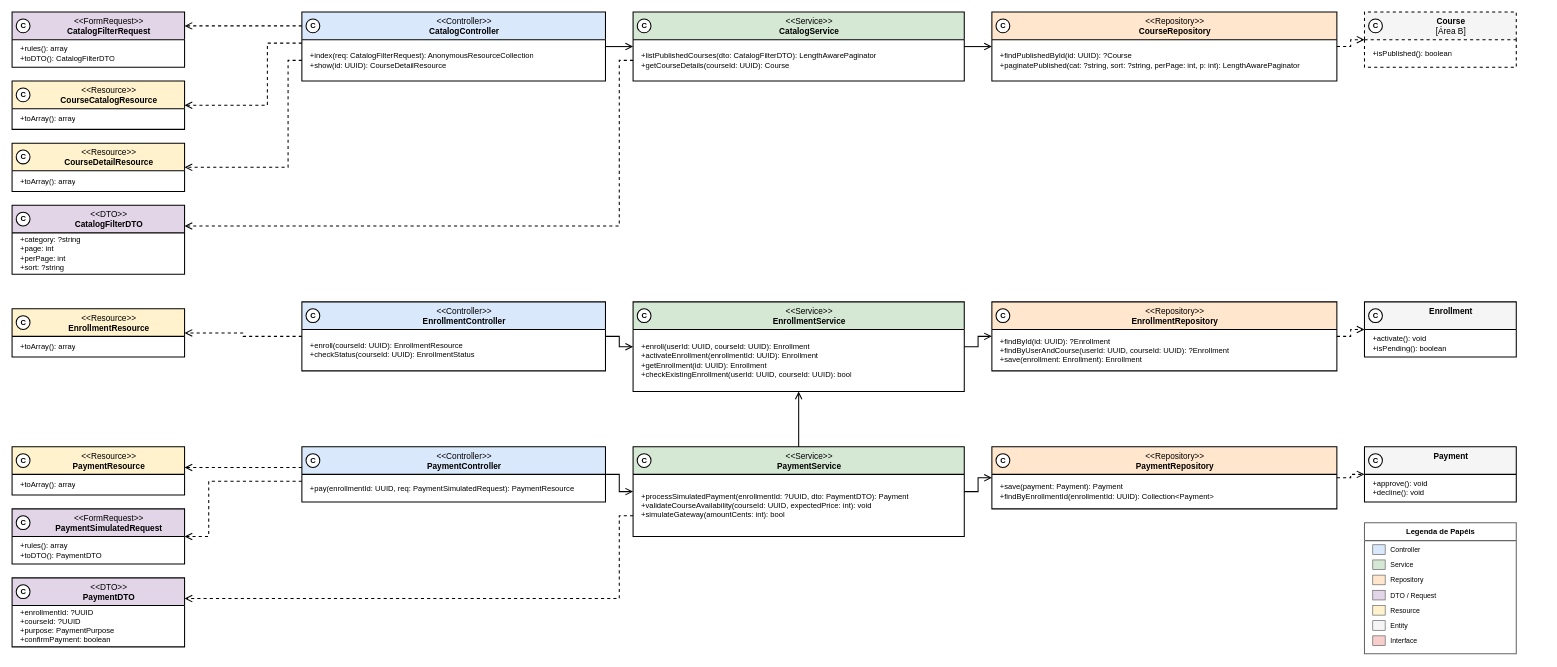
Earlier version of the draw.io diagram especificacao/diagramas/13-classes-area-c-implementacao-matricula.drawio (Plataforma-de-Cursos-TCC/plataforma-cursos-docs). Source tidied: cells renumbered, new cells numbered last; positions are measured from the earlier drawing's top-left corner, leaving out a move shared by most shapes. Both pictures are drawn from the tidied source at 69%, with x=0, y=0 at pixel (12, 12).
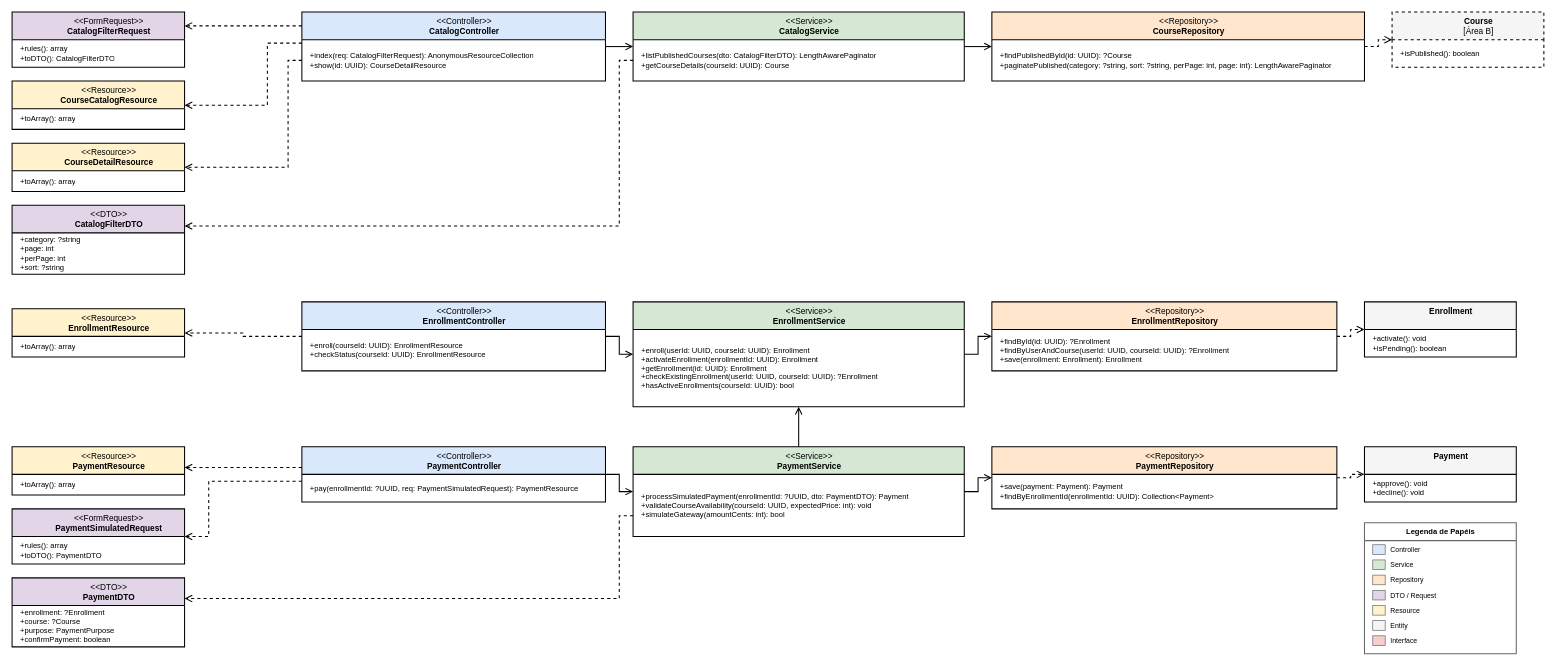
The same page after the edit.

Commit message (it also covers changes not shown here):
docs(diagrama-de-classes): declare Area B service interface and fix class diagrams

The change refers to these unchanged cells:
```xml
<mxCell id="29" value="&amp;lt;&amp;lt;Controller&amp;gt;&amp;gt;&lt;br&gt;&lt;b&gt;EnrollmentController&lt;/b&gt;" style="swimlane;html=1;fontStyle=0;align=center;verticalAlign=top;startSize=40;fillColor=#DAE8FC;swimlaneFillColor=#FFFFFF;strokeColor=#000000;strokeWidth=1.5;fontFamily=Helvetica;fontSize=12;fontColor=#000000;rounded=0;spacingLeft=30;" parent="1" vertex="1">
  <mxGeometry x="420" y="420" width="440" height="100" as="geometry" />
</mxCell>
<mxCell id="47" value="&amp;lt;&amp;lt;DTO&amp;gt;&amp;gt;&lt;br&gt;&lt;b&gt;PaymentDTO&lt;/b&gt;" style="swimlane;html=1;fontStyle=0;align=center;verticalAlign=top;startSize=40;fillColor=#E1D5E7;swimlaneFillColor=#FFFFFF;strokeColor=#000000;strokeWidth=1.5;fontFamily=Helvetica;fontSize=12;fontColor=#000000;rounded=0;spacingLeft=30;" parent="1" vertex="1">
  <mxGeometry y="820" width="250" height="100" as="geometry" />
</mxCell>
<mxCell id="50" value="&amp;lt;&amp;lt;Controller&amp;gt;&amp;gt;&lt;br&gt;&lt;b&gt;PaymentController&lt;/b&gt;" style="swimlane;html=1;fontStyle=0;align=center;verticalAlign=top;startSize=40;fillColor=#DAE8FC;swimlaneFillColor=#FFFFFF;strokeColor=#000000;strokeWidth=1.5;fontFamily=Helvetica;fontSize=12;fontColor=#000000;rounded=0;spacingLeft=30;" parent="1" vertex="1">
  <mxGeometry x="420" y="630" width="440" height="80" as="geometry" />
</mxCell>
```

The edit, as a diff of the source:
```diff
@@
-    <mxCell id="4" value="C" style="ellipse;html=1;fillColor=#FFFFFF;strokeColor=#000000;strokeWidth=1.5;fontFamily=Helvetica;fontSize=11;fontStyle=1;fontColor=#000000;" parent="1" vertex="1">
-      <mxGeometry x="6" y="10" width="20" height="20" as="geometry" />
-    </mxCell>
@@
-    <mxCell id="7" value="C" style="ellipse;html=1;fillColor=#FFFFFF;strokeColor=#000000;strokeWidth=1.5;fontFamily=Helvetica;fontSize=11;fontStyle=1;fontColor=#000000;" parent="1" vertex="1">
-      <mxGeometry x="6" y="110" width="20" height="20" as="geometry" />
-    </mxCell>
@@
-    <mxCell id="10" value="C" style="ellipse;html=1;fillColor=#FFFFFF;strokeColor=#000000;strokeWidth=1.5;fontFamily=Helvetica;fontSize=11;fontStyle=1;fontColor=#000000;" parent="1" vertex="1">
-      <mxGeometry x="6" y="200" width="20" height="20" as="geometry" />
-    </mxCell>
@@
-    <mxCell id="13" value="C" style="ellipse;html=1;fillColor=#FFFFFF;strokeColor=#000000;strokeWidth=1.5;fontFamily=Helvetica;fontSize=11;fontStyle=1;fontColor=#000000;" parent="1" vertex="1">
-      <mxGeometry x="6" y="290" width="20" height="20" as="geometry" />
-    </mxCell>
@@
-    <mxCell id="16" value="C" style="ellipse;html=1;fillColor=#FFFFFF;strokeColor=#000000;strokeWidth=1.5;fontFamily=Helvetica;fontSize=11;fontStyle=1;fontColor=#000000;" parent="1" vertex="1">
-      <mxGeometry x="426" y="10" width="20" height="20" as="geometry" />
-    </mxCell>
@@
-    <mxCell id="19" value="C" style="ellipse;html=1;fillColor=#FFFFFF;strokeColor=#000000;strokeWidth=1.5;fontFamily=Helvetica;fontSize=11;fontStyle=1;fontColor=#000000;" parent="1" vertex="1">
-      <mxGeometry x="906" y="10" width="20" height="20" as="geometry" />
-    </mxCell>
     <mxCell id="20" value="&amp;lt;&amp;lt;Repository&amp;gt;&amp;gt;&lt;br&gt;&lt;b&gt;CourseRepository&lt;/b&gt;" style="swimlane;html=1;fontStyle=0;align=center;verticalAlign=top;startSize=40;fillColor=#FFE6CC;swimlaneFillColor=#FFFFFF;strokeColor=#000000;strokeWidth=1.5;fontFamily=Helvetica;fontSize=12;fontColor=#000000;rounded=0;spacingLeft=30;" parent="1" vertex="1">
-      <mxGeometry x="1420" width="500" height="100" as="geometry" />
+      <mxGeometry x="1420" width="540" height="100" as="geometry" />
     </mxCell>
-    <mxCell id="21" value="+findPublishedById(id: UUID): ?Course&lt;br&gt;+paginatePublished(cat: ?string, sort: ?string, perPage: int, p: int): LengthAwarePaginator" style="text;html=1;align=left;verticalAlign=middle;spacingLeft=10;spacingRight=10;overflow=hidden;fontFamily=Helvetica;fontSize=11;fontColor=#000000;" parent="20" vertex="1">
-      <mxGeometry y="40" width="500" height="60" as="geometry" />
+    <mxCell id="21" value="+findPublishedById(id: UUID): ?Course&lt;br&gt;+paginatePublished(category: ?string, sort: ?string, perPage: int, page: int): LengthAwarePaginator" style="text;html=1;align=left;verticalAlign=middle;spacingLeft=10;spacingRight=10;overflow=hidden;fontFamily=Helvetica;fontSize=11;fontColor=#000000;" parent="20" vertex="1">
+      <mxGeometry y="40" width="540" height="60" as="geometry" />
     </mxCell>
-    <mxCell id="22" value="C" style="ellipse;html=1;fillColor=#FFFFFF;strokeColor=#000000;strokeWidth=1.5;fontFamily=Helvetica;fontSize=11;fontStyle=1;fontColor=#000000;" parent="1" vertex="1">
-      <mxGeometry x="1426" y="10" width="20" height="20" as="geometry" />
-    </mxCell>
     <mxCell id="23" value="&lt;b&gt;Course&lt;/b&gt;&lt;br&gt;[Área B]" style="swimlane;html=1;fontStyle=0;align=center;verticalAlign=top;startSize=40;fillColor=#F5F5F5;swimlaneFillColor=#FFFFFF;strokeColor=#000000;strokeWidth=1.5;fontFamily=Helvetica;fontSize=12;fontColor=#000000;rounded=0;spacingLeft=30;dashed=1;" parent="1" vertex="1">
-      <mxGeometry x="1960" width="220" height="80" as="geometry" />
+      <mxGeometry x="2000" width="220" height="80" as="geometry" />
     </mxCell>
@@
-    <mxCell id="25" value="C" style="ellipse;html=1;fillColor=#FFFFFF;strokeColor=#000000;strokeWidth=1.5;fontFamily=Helvetica;fontSize=11;fontStyle=1;fontColor=#000000;" parent="1" vertex="1">
-      <mxGeometry x="1966" y="10" width="20" height="20" as="geometry" />
-    </mxCell>
@@
-    <mxCell id="28" value="C" style="ellipse;html=1;fillColor=#FFFFFF;strokeColor=#000000;strokeWidth=1.5;fontFamily=Helvetica;fontSize=11;fontStyle=1;fontColor=#000000;" parent="1" vertex="1">
-      <mxGeometry x="6" y="440" width="20" height="20" as="geometry" />
-    </mxCell>
@@
-    <mxCell id="30" value="+enroll(courseId: UUID): EnrollmentResource&lt;br&gt;+checkStatus(courseId: UUID): EnrollmentStatus" style="text;html=1;align=left;verticalAlign=middle;spacingLeft=10;spacingRight=10;overflow=hidden;fontFamily=Helvetica;fontSize=11;fontColor=#000000;" parent="29" vertex="1">
+    <mxCell id="30" value="+enroll(courseId: UUID): EnrollmentResource&lt;br&gt;+checkStatus(courseId: UUID): EnrollmentResource" style="text;html=1;align=left;verticalAlign=middle;spacingLeft=10;spacingRight=10;overflow=hidden;fontFamily=Helvetica;fontSize=11;fontColor=#000000;" parent="29" vertex="1">
       <mxGeometry y="40" width="440" height="60" as="geometry" />
     </mxCell>
-    <mxCell id="31" value="C" style="ellipse;html=1;fillColor=#FFFFFF;strokeColor=#000000;strokeWidth=1.5;fontFamily=Helvetica;fontSize=11;fontStyle=1;fontColor=#000000;" parent="1" vertex="1">
-      <mxGeometry x="426" y="430" width="20" height="20" as="geometry" />
-    </mxCell>
     <mxCell id="32" value="&amp;lt;&amp;lt;Service&amp;gt;&amp;gt;&lt;br&gt;&lt;b&gt;EnrollmentService&lt;/b&gt;" style="swimlane;html=1;fontStyle=0;align=center;verticalAlign=top;startSize=40;fillColor=#D5E8D4;swimlaneFillColor=#FFFFFF;strokeColor=#000000;strokeWidth=1.5;fontFamily=Helvetica;fontSize=12;fontColor=#000000;rounded=0;spacingLeft=30;" parent="1" vertex="1">
-      <mxGeometry x="900" y="420" width="480" height="130" as="geometry" />
+      <mxGeometry x="900" y="420" width="480" height="152" as="geometry" />
     </mxCell>
-    <mxCell id="33" value="+enroll(userId: UUID, courseId: UUID): Enrollment&lt;br&gt;+activateEnrollment(enrollmentId: UUID): Enrollment&lt;br&gt;+getEnrollment(id: UUID): Enrollment&lt;br&gt;+checkExistingEnrollment(userId: UUID, courseId: UUID): bool" style="text;html=1;align=left;verticalAlign=middle;spacingLeft=10;spacingRight=10;overflow=hidden;fontFamily=Helvetica;fontSize=11;fontColor=#000000;" parent="32" vertex="1">
-      <mxGeometry y="40" width="480" height="90" as="geometry" />
+    <mxCell id="33" value="+enroll(userId: UUID, courseId: UUID): Enrollment&lt;br&gt;+activateEnrollment(enrollmentId: UUID): Enrollment&lt;br&gt;+getEnrollment(id: UUID): Enrollment&lt;br&gt;+checkExistingEnrollment(userId: UUID, courseId: UUID): ?Enrollment&lt;br&gt;+hasActiveEnrollments(courseId: UUID): bool" style="text;html=1;align=left;verticalAlign=middle;spacingLeft=10;spacingRight=10;overflow=hidden;fontFamily=Helvetica;fontSize=11;fontColor=#000000;" parent="32" vertex="1">
+      <mxGeometry y="40" width="480" height="112" as="geometry" />
     </mxCell>
-    <mxCell id="34" value="C" style="ellipse;html=1;fillColor=#FFFFFF;strokeColor=#000000;strokeWidth=1.5;fontFamily=Helvetica;fontSize=11;fontStyle=1;fontColor=#000000;" parent="1" vertex="1">
-      <mxGeometry x="906" y="430" width="20" height="20" as="geometry" />
-    </mxCell>
@@
-    <mxCell id="37" value="C" style="ellipse;html=1;fillColor=#FFFFFF;strokeColor=#000000;strokeWidth=1.5;fontFamily=Helvetica;fontSize=11;fontStyle=1;fontColor=#000000;" parent="1" vertex="1">
-      <mxGeometry x="1426" y="430" width="20" height="20" as="geometry" />
-    </mxCell>
@@
-    <mxCell id="40" value="C" style="ellipse;html=1;fillColor=#FFFFFF;strokeColor=#000000;strokeWidth=1.5;fontFamily=Helvetica;fontSize=11;fontStyle=1;fontColor=#000000;" parent="1" vertex="1">
-      <mxGeometry x="1966" y="430" width="20" height="20" as="geometry" />
-    </mxCell>
@@
-    <mxCell id="43" value="C" style="ellipse;html=1;fillColor=#FFFFFF;strokeColor=#000000;strokeWidth=1.5;fontFamily=Helvetica;fontSize=11;fontStyle=1;fontColor=#000000;" parent="1" vertex="1">
-      <mxGeometry x="6" y="640" width="20" height="20" as="geometry" />
-    </mxCell>
@@
-    <mxCell id="46" value="C" style="ellipse;html=1;fillColor=#FFFFFF;strokeColor=#000000;strokeWidth=1.5;fontFamily=Helvetica;fontSize=11;fontStyle=1;fontColor=#000000;" parent="1" vertex="1">
-      <mxGeometry x="6" y="730" width="20" height="20" as="geometry" />
-    </mxCell>
@@
-    <mxCell id="48" value="+enrollmentId: ?UUID&lt;br&gt;+courseId: ?UUID&lt;br&gt;+purpose: PaymentPurpose&lt;br&gt;+confirmPayment: boolean" style="text;html=1;align=left;verticalAlign=middle;spacingLeft=10;spacingRight=10;overflow=hidden;fontFamily=Helvetica;fontSize=11;fontColor=#000000;" parent="47" vertex="1">
+    <mxCell id="48" value="+enrollment: ?Enrollment&lt;br&gt;+course: ?Course&lt;br&gt;+purpose: PaymentPurpose&lt;br&gt;+confirmPayment: boolean" style="text;html=1;align=left;verticalAlign=middle;spacingLeft=10;spacingRight=10;overflow=hidden;fontFamily=Helvetica;fontSize=11;fontColor=#000000;" parent="47" vertex="1">
       <mxGeometry y="40" width="250" height="60" as="geometry" />
     </mxCell>
-    <mxCell id="49" value="C" style="ellipse;html=1;fillColor=#FFFFFF;strokeColor=#000000;strokeWidth=1.5;fontFamily=Helvetica;fontSize=11;fontStyle=1;fontColor=#000000;" parent="1" vertex="1">
-      <mxGeometry x="6" y="830" width="20" height="20" as="geometry" />
-    </mxCell>
@@
-    <mxCell id="51" value="+pay(enrollmentId: UUID, req: PaymentSimulatedRequest): PaymentResource" style="text;html=1;align=left;verticalAlign=middle;spacingLeft=10;spacingRight=10;overflow=hidden;fontFamily=Helvetica;fontSize=11;fontColor=#000000;" parent="50" vertex="1">
+    <mxCell id="51" value="+pay(enrollmentId: ?UUID, req: PaymentSimulatedRequest): PaymentResource" style="text;html=1;align=left;verticalAlign=middle;spacingLeft=10;spacingRight=10;overflow=hidden;fontFamily=Helvetica;fontSize=11;fontColor=#000000;" parent="50" vertex="1">
       <mxGeometry y="40" width="440" height="40" as="geometry" />
     </mxCell>
-    <mxCell id="52" value="C" style="ellipse;html=1;fillColor=#FFFFFF;strokeColor=#000000;strokeWidth=1.5;fontFamily=Helvetica;fontSize=11;fontStyle=1;fontColor=#000000;" parent="1" vertex="1">
-      <mxGeometry x="426" y="640" width="20" height="20" as="geometry" />
-    </mxCell>
@@
-    <mxCell id="55" value="C" style="ellipse;html=1;fillColor=#FFFFFF;strokeColor=#000000;strokeWidth=1.5;fontFamily=Helvetica;fontSize=11;fontStyle=1;fontColor=#000000;" parent="1" vertex="1">
-      <mxGeometry x="906" y="640" width="20" height="20" as="geometry" />
-    </mxCell>
@@
-    <mxCell id="58" value="C" style="ellipse;html=1;fillColor=#FFFFFF;strokeColor=#000000;strokeWidth=1.5;fontFamily=Helvetica;fontSize=11;fontStyle=1;fontColor=#000000;" parent="1" vertex="1">
-      <mxGeometry x="1426" y="640" width="20" height="20" as="geometry" />
-    </mxCell>
@@
-    <mxCell id="61" value="C" style="ellipse;html=1;fillColor=#FFFFFF;strokeColor=#000000;strokeWidth=1.5;fontFamily=Helvetica;fontSize=11;fontStyle=1;fontColor=#000000;" parent="1" vertex="1">
-      <mxGeometry x="1966" y="640" width="20" height="20" as="geometry" />
-    </mxCell>
```
